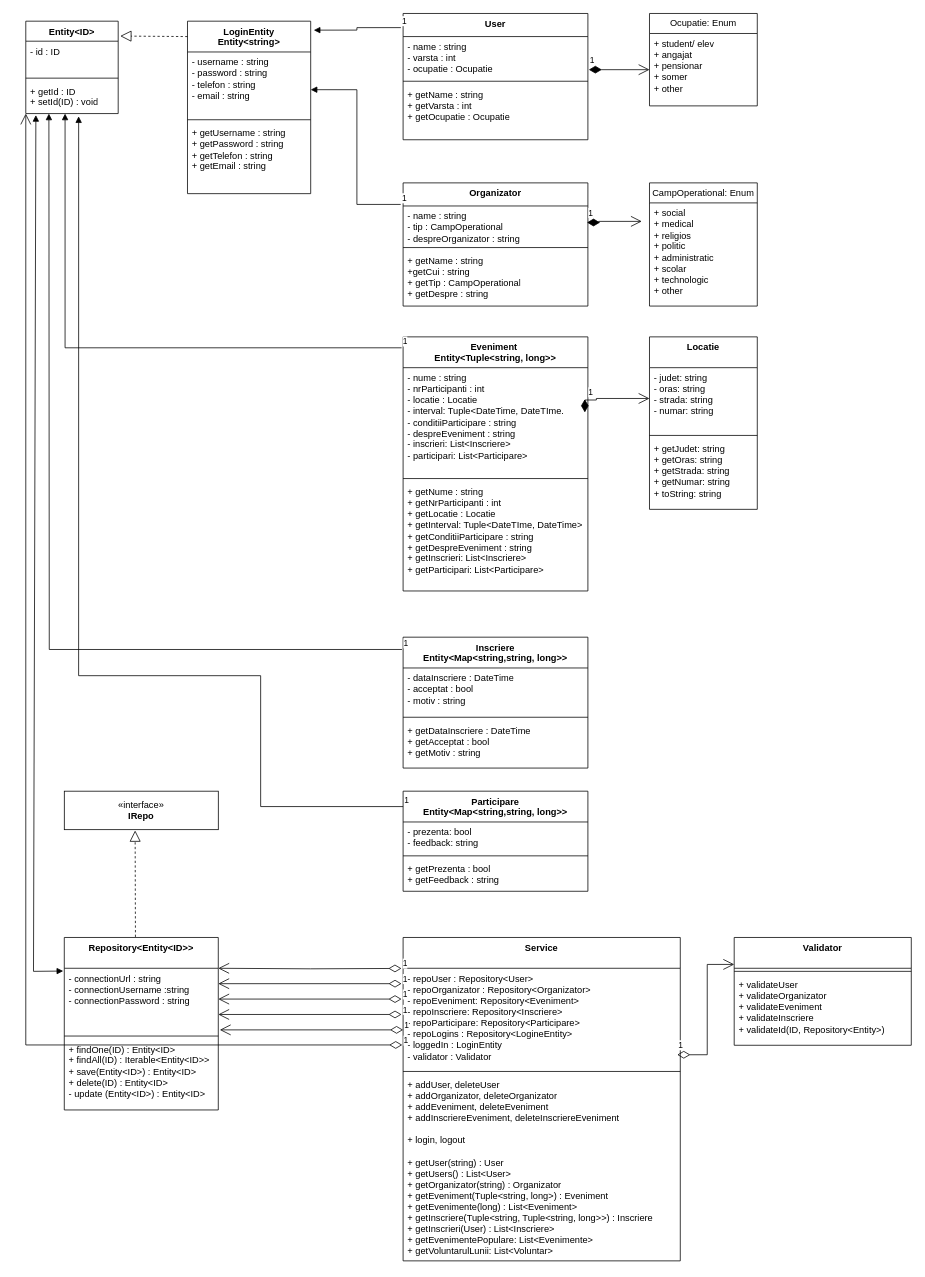
Above: umlDiagram/VoluntariatListing.drawio in marcopolo5/techtrek2 (draw.io), before the change. Source tidied: cells renumbered, new cells numbered last; positions are measured from the earlier drawing's top-left corner, leaving out a move shared by most shapes. Both pictures are drawn from the tidied source at 77%, with x=0, y=0 at pixel (25, 13).
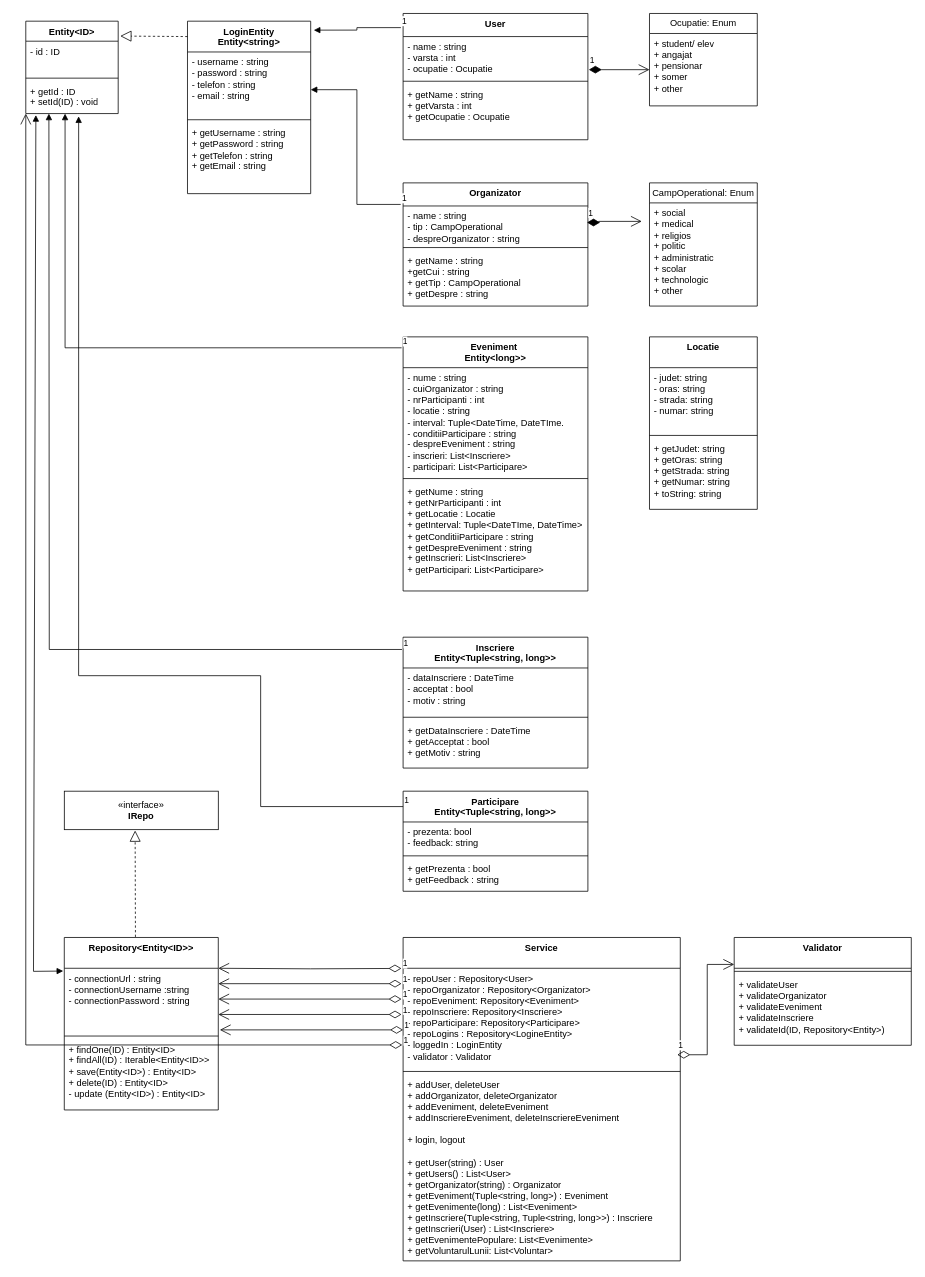
The same page after the edit.

The change refers to these unchanged cells:
```xml
<mxCell id="69" value="- judet: string&lt;div&gt;- oras: string&lt;/div&gt;&lt;div&gt;- strada: string&lt;/div&gt;&lt;div&gt;- numar: string&lt;/div&gt;" style="text;strokeColor=none;fillColor=none;align=left;verticalAlign=top;spacingLeft=4;spacingRight=4;overflow=hidden;points=[[0,0.5],[1,0.5]];portConstraint=eastwest;whiteSpace=wrap;html=1;" parent="68" vertex="1">
  <mxGeometry y="40" width="140" height="84" as="geometry" />
</mxCell>
```

The edit, as a diff of the source:
```diff
@@
-    <mxCell id="23" value="Eveniment&amp;nbsp;&lt;div&gt;Entity&amp;lt;Tuple&amp;lt;string, long&amp;gt;&amp;gt;&lt;br&gt;&lt;div&gt;&lt;br&gt;&lt;/div&gt;&lt;/div&gt;" style="swimlane;fontStyle=1;align=center;verticalAlign=top;horizontal=1;startSize=40;whiteSpace=wrap;html=1;" parent="1" vertex="1">
+    <mxCell id="23" value="Eveniment&amp;nbsp;&lt;div&gt;Entity&amp;lt;long&amp;gt;&amp;gt;&lt;br&gt;&lt;div&gt;&lt;br&gt;&lt;/div&gt;&lt;/div&gt;" style="swimlane;fontStyle=1;align=center;verticalAlign=top;horizontal=1;startSize=40;whiteSpace=wrap;html=1;" parent="1" vertex="1">
       <mxGeometry x="490" y="420" width="240" height="330" as="geometry" />
     </mxCell>
-    <mxCell id="24" value="&lt;div&gt;- nume : string&lt;/div&gt;&lt;div&gt;- nrParticipanti : int&lt;/div&gt;&lt;div&gt;- locatie : Locatie&lt;/div&gt;&lt;div&gt;- interval: Tuple&amp;lt;DateTime, DateTIme.&lt;/div&gt;&lt;div&gt;- conditiiParticipare : string&lt;/div&gt;&lt;div&gt;- despreEveniment : string&lt;/div&gt;&lt;div&gt;- inscrieri: List&amp;lt;Inscriere&amp;gt;&lt;/div&gt;&lt;div&gt;- participari: List&amp;lt;Participare&amp;gt;&lt;/div&gt;" style="text;strokeColor=none;fillColor=none;align=left;verticalAlign=top;spacingLeft=4;spacingRight=4;overflow=hidden;whiteSpace=wrap;html=1;" parent="23" vertex="1">
+    <mxCell id="24" value="&lt;div&gt;- nume : string&lt;/div&gt;&lt;div&gt;- cuiOrganizator : string&lt;/div&gt;&lt;div&gt;- nrParticipanti : int&lt;/div&gt;&lt;div&gt;- locatie : string&lt;/div&gt;&lt;div&gt;- interval: Tuple&amp;lt;DateTime, DateTIme.&lt;/div&gt;&lt;div&gt;- conditiiParticipare : string&lt;/div&gt;&lt;div&gt;- despreEveniment : string&lt;/div&gt;&lt;div&gt;- inscrieri: List&amp;lt;Inscriere&amp;gt;&lt;/div&gt;&lt;div&gt;- participari: List&amp;lt;Participare&amp;gt;&lt;/div&gt;" style="text;strokeColor=none;fillColor=none;align=left;verticalAlign=top;spacingLeft=4;spacingRight=4;overflow=hidden;whiteSpace=wrap;html=1;" parent="23" vertex="1">
       <mxGeometry y="40" width="240" height="140" as="geometry" />
     </mxCell>
@@
-    <mxCell id="46" value="Inscriere&lt;div&gt;Entity&amp;lt;Map&amp;lt;string,string, long&amp;gt;&amp;gt;&lt;/div&gt;" style="swimlane;fontStyle=1;align=center;verticalAlign=top;horizontal=1;startSize=40;whiteSpace=wrap;html=1;" parent="1" vertex="1">
+    <mxCell id="46" value="Inscriere&lt;div&gt;Entity&amp;lt;Tuple&amp;lt;string, long&amp;gt;&amp;gt;&lt;/div&gt;" style="swimlane;fontStyle=1;align=center;verticalAlign=top;horizontal=1;startSize=40;whiteSpace=wrap;html=1;" parent="1" vertex="1">
       <mxGeometry x="490" y="810" width="240" height="170" as="geometry" />
     </mxCell>
@@
-    <mxCell id="57" value="Participare&lt;div&gt;Entity&amp;lt;Map&amp;lt;string,string, long&amp;gt;&amp;gt;&lt;/div&gt;" style="swimlane;fontStyle=1;align=center;verticalAlign=top;horizontal=1;startSize=40;whiteSpace=wrap;html=1;" parent="1" vertex="1">
+    <mxCell id="57" value="Participare&lt;div&gt;Entity&amp;lt;Tuple&amp;lt;string, long&amp;gt;&amp;gt;&lt;/div&gt;" style="swimlane;fontStyle=1;align=center;verticalAlign=top;horizontal=1;startSize=40;whiteSpace=wrap;html=1;" parent="1" vertex="1">
       <mxGeometry x="490" y="1010" width="240" height="130" as="geometry" />
     </mxCell>
@@
-    <mxCell id="72" value="1" style="endArrow=open;html=1;endSize=12;startArrow=diamondThin;startSize=14;startFill=1;edgeStyle=orthogonalEdgeStyle;align=left;verticalAlign=bottom;rounded=0;exitX=0.995;exitY=0.429;exitDx=0;exitDy=0;exitPerimeter=0;" parent="1" edge="1" target="69">
-      <mxGeometry x="-1" y="3" relative="1" as="geometry">
-        <mxPoint x="726" y="501" as="sourcePoint" />
-        <Array as="points">
-          <mxPoint x="741" y="502" />
-          <mxPoint x="741" y="500" />
-        </Array>
-      </mxGeometry>
-    </mxCell>
```
